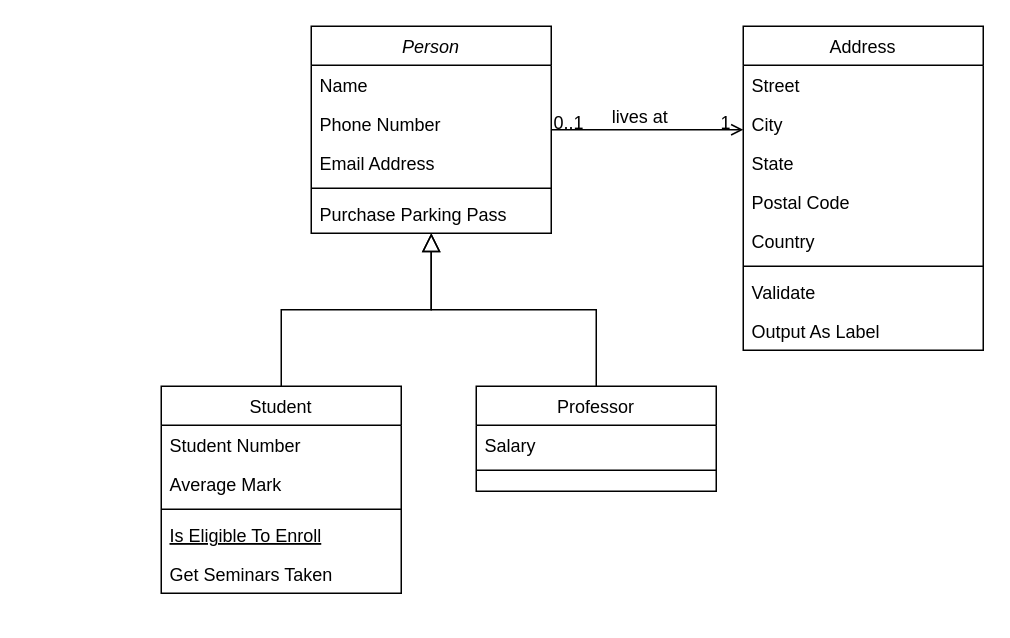
This is caso de uso nutriscan.drawio from gabirucosta2140/desktop-Diogo, a draw.io file, before an edit. Source tidied: cells renumbered, new cells numbered last; positions are measured from the earlier drawing's top-left corner, leaving out a move shared by most shapes. Both pictures are drawn from the tidied source at 150%, with x=0, y=0 at pixel (160, 26).
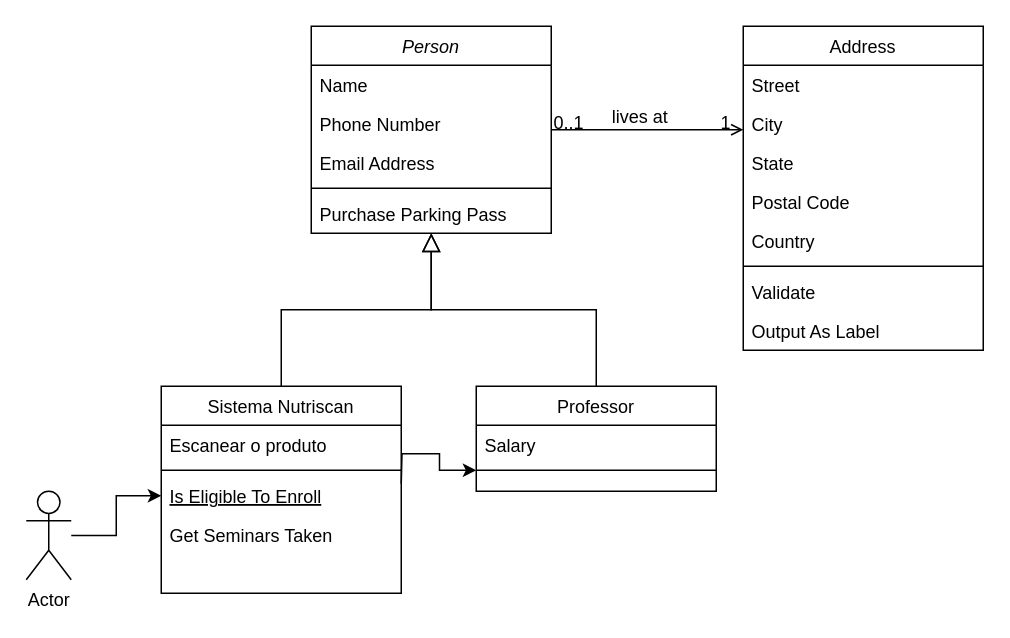
After the change.

The change refers to these unchanged cells:
```xml
<mxCell id="17" style="line;html=1;strokeWidth=1;align=left;verticalAlign=middle;spacingTop=-1;spacingLeft=3;spacingRight=3;labelPosition=right;points=[];portConstraint=eastwest;" parent="15" vertex="1">
  <mxGeometry y="52" width="160" height="8" as="geometry" />
</mxCell>
```

The edit, as a diff of the source:
```diff
@@
-    <mxCell id="8" value="Student" style="swimlane;fontStyle=0;align=center;verticalAlign=top;horizontal=1;startSize=26;rounded=0;shadow=0;strokeWidth=1;" parent="1" vertex="1">
+    <mxCell id="8" value="Sistema Nutriscan" style="swimlane;fontStyle=0;align=center;verticalAlign=top;horizontal=1;startSize=26;rounded=0;shadow=0;strokeWidth=1;" parent="1" vertex="1">
       <mxGeometry y="240" width="160" height="138" as="geometry" />
     </mxCell>
-    <mxCell id="9" value="Student Number" style="text;align=left;verticalAlign=top;spacingLeft=4;spacingRight=4;overflow=hidden;" parent="8" vertex="1">
+    <mxCell id="9" value="Escanear o produto" style="text;align=left;verticalAlign=top;spacingLeft=4;spacingRight=4;overflow=hidden;" parent="8" vertex="1">
       <mxGeometry y="26" width="160" height="26" as="geometry" />
     </mxCell>
-    <mxCell id="10" value="Average Mark" style="text;align=left;verticalAlign=top;spacingLeft=4;spacingRight=4;overflow=hidden;rounded=0;shadow=0;html=0;" parent="8" vertex="1">
-      <mxGeometry y="52" width="160" height="26" as="geometry" />
-    </mxCell>
     <mxCell id="11" style="line;html=1;strokeWidth=1;align=left;verticalAlign=middle;spacingTop=-1;spacingLeft=3;spacingRight=3;labelPosition=right;" parent="8" vertex="1">
-      <mxGeometry y="78" width="160" height="8" as="geometry" />
+      <mxGeometry y="52" width="160" height="8" as="geometry" />
     </mxCell>
     <mxCell id="12" value="Is Eligible To Enroll" style="text;align=left;verticalAlign=top;spacingLeft=4;spacingRight=4;overflow=hidden;points=[[0,0.5],[1,0.5]];portConstraint=eastwest;fontStyle=4;" parent="8" vertex="1">
-      <mxGeometry y="86" width="160" height="26" as="geometry" />
+      <mxGeometry y="60" width="160" height="26" as="geometry" />
     </mxCell>
     <mxCell id="13" value="Get Seminars Taken" style="text;align=left;verticalAlign=top;spacingLeft=4;spacingRight=4;overflow=hidden;" parent="8" vertex="1">
-      <mxGeometry y="112" width="160" height="26" as="geometry" />
+      <mxGeometry y="86" width="160" height="26" as="geometry" />
     </mxCell>
@@
+    <mxCell id="32" style="edgeStyle=orthogonalEdgeStyle;rounded=0;jettySize=auto;html=1;" parent="1" edge="1" source="33" target="12">
+      <mxGeometry relative="1" as="geometry" />
+    </mxCell>
+    <mxCell id="33" value="Actor" style="shape=umlActor;verticalLabelPosition=bottom;verticalAlign=top;html=1;outlineConnect=0;" parent="1" vertex="1">
+      <mxGeometry x="-90" y="310" width="30" height="59" as="geometry" />
+    </mxCell>
+    <mxCell id="34" style="edgeStyle=orthogonalEdgeStyle;rounded=0;jettySize=auto;html=1;" parent="1" edge="1" target="17">
+      <mxGeometry relative="1" as="geometry">
+        <mxPoint x="160" y="305" as="sourcePoint" />
+      </mxGeometry>
+    </mxCell>
```
